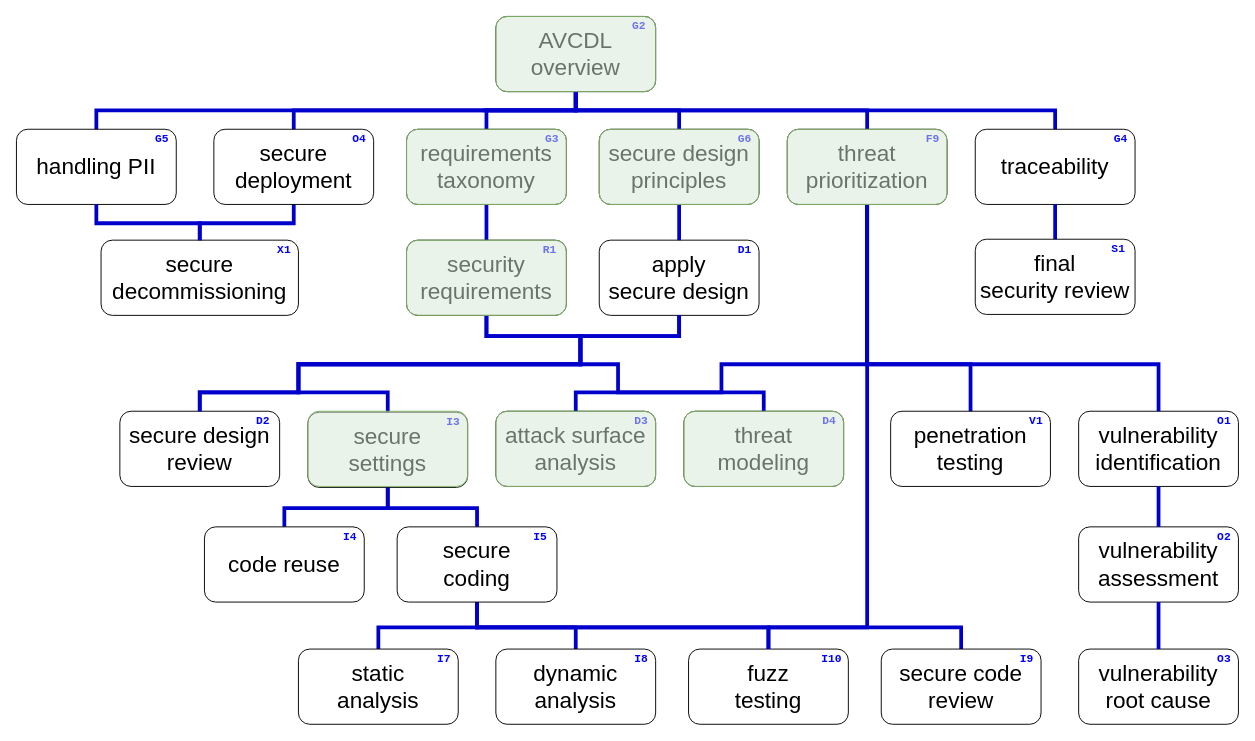
This is page "AVCDL - wide" (2 of 3) of training/images/AVCDL training path/source/AVCDL training path.drawio from AVCDL/AVCDL, a draw.io file, before an edit. Source tidied: cells renumbered, new cells numbered last; positions are measured from the earlier drawing's top-left corner, leaving out a move shared by most shapes. Both pictures are drawn from the tidied source at 94%, with x=0, y=0 at pixel (16, 16).
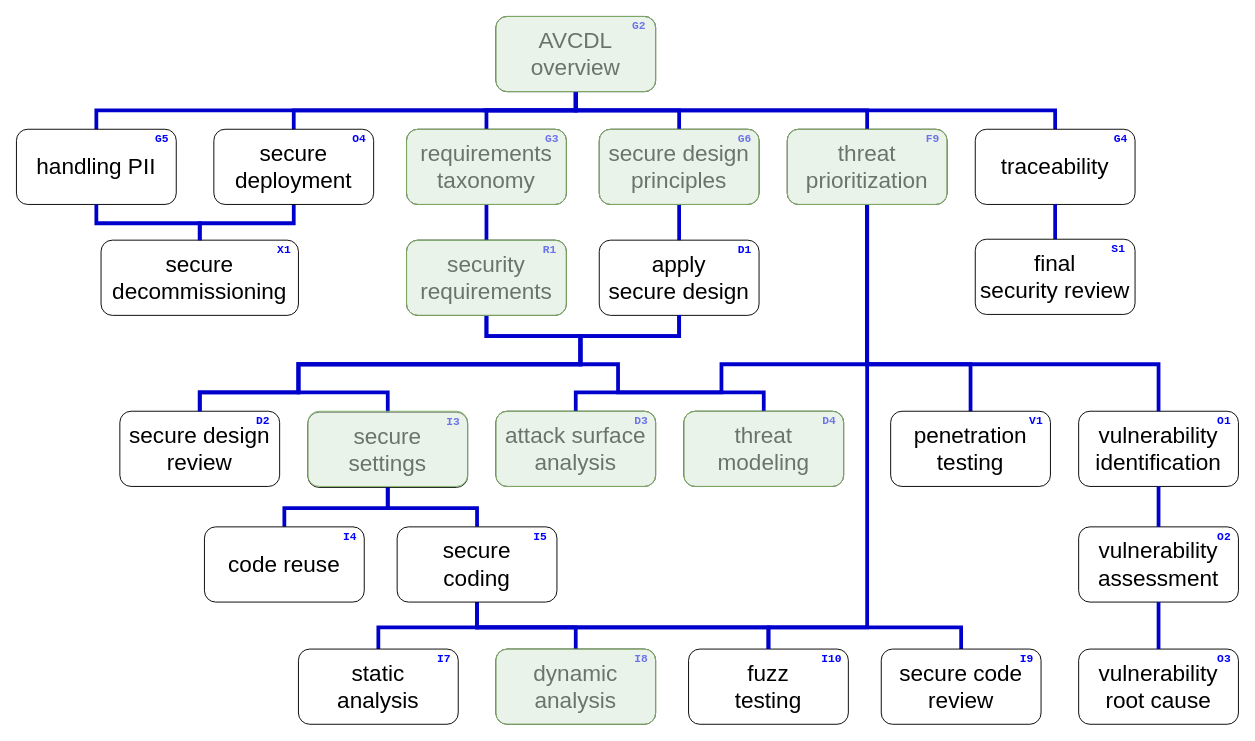
Above is the later version.

Commit message (it also covers changes not shown here):
updated training path video diagram (done last August)

Diff of the diagram source:
```diff
@@
+    <mxCell id="88" style="rounded=1;whiteSpace=wrap;html=1;fillColor=#d5e8d4;strokeColor=#82b366;strokeOpacity=100;fillOpacity=50;" parent="79" vertex="1">
+      <mxGeometry x="510" y="673" width="170" height="80" as="geometry" />
+    </mxCell>
```
